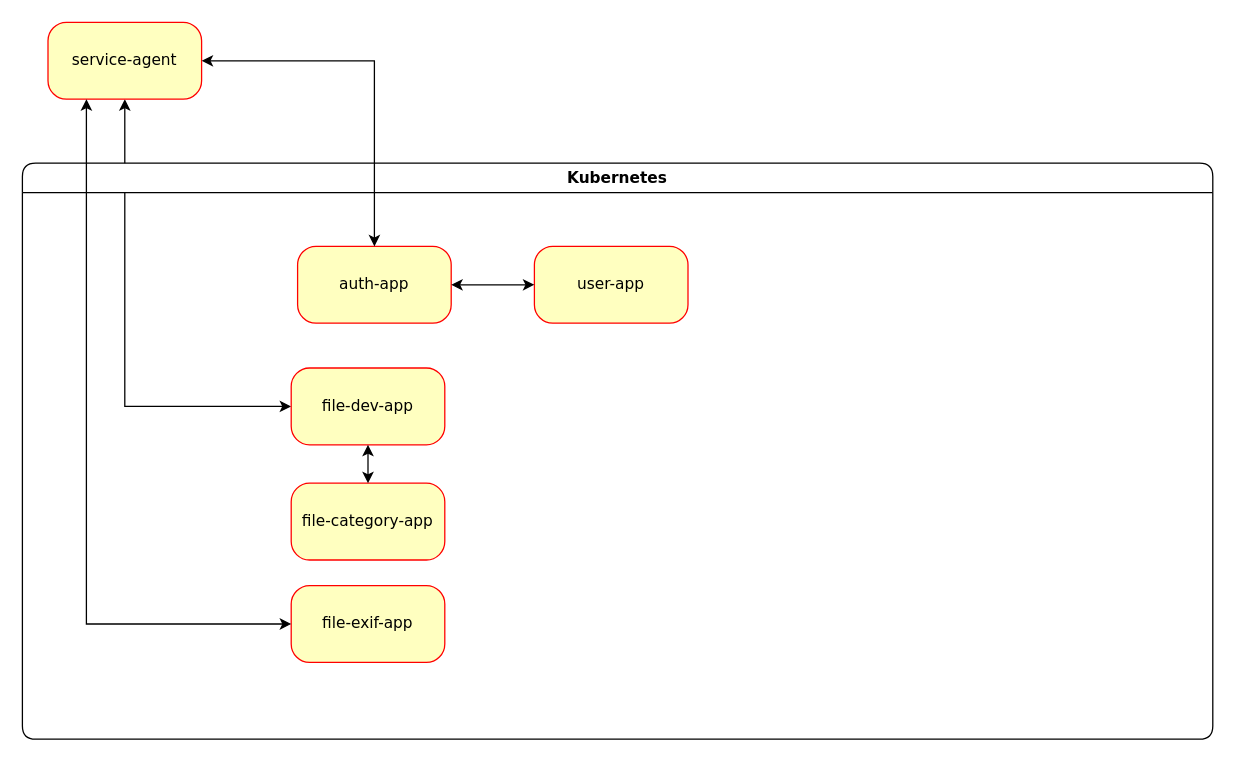
This is project/diagram/msa-project-to-be.drawio from MichaelNS/otus_micro_arch, a draw.io file, before an edit. Source tidied: cells renumbered, new cells numbered last; positions are measured from the earlier drawing's top-left corner, leaving out a move shared by most shapes. Both pictures are drawn from the tidied source at 128%, with x=0, y=0 at pixel (22, 22).
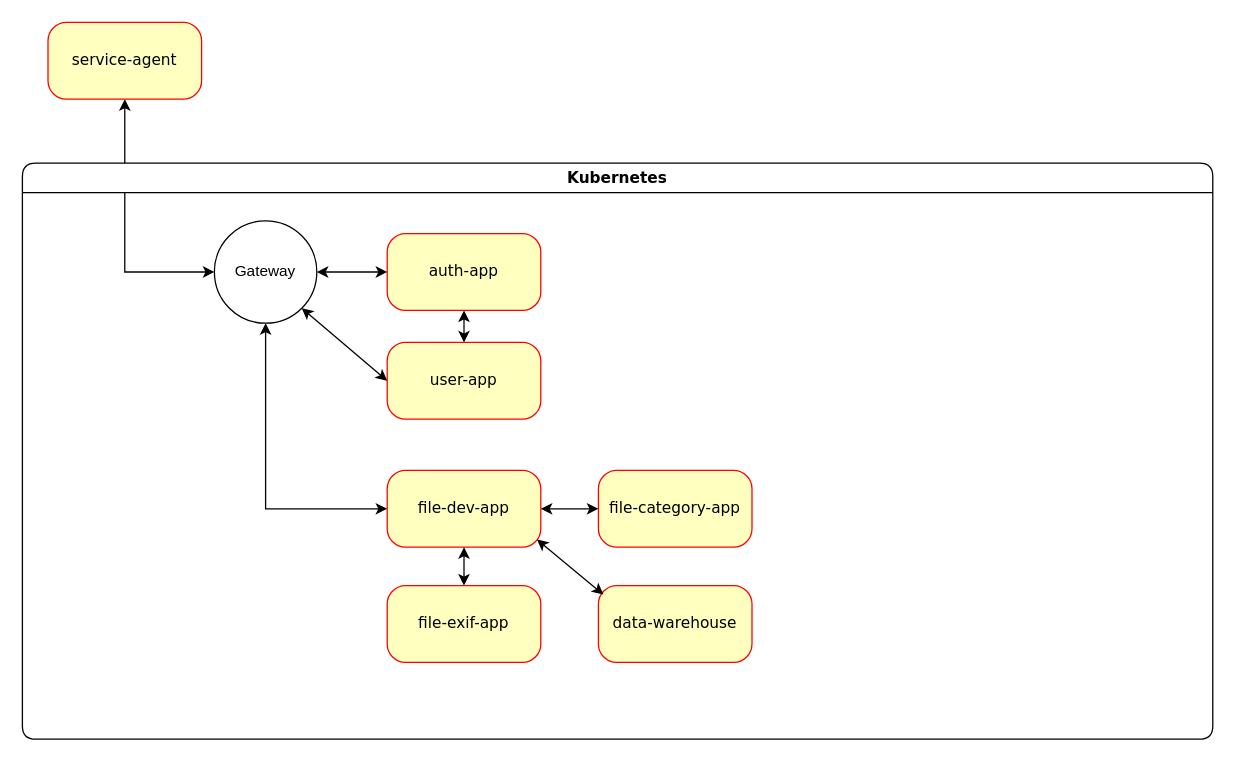
After the change.

Unchanged cells that the change refers to:
```xml
<mxCell id="3" value="service-agent" style="rounded=1;whiteSpace=wrap;html=1;arcSize=24;fillColor=#ffffc0;strokeColor=#ff0000;shadow=0;comic=0;labelBackgroundColor=none;fontFamily=Verdana;fontSize=12;fontColor=#000000;align=center;" parent="1" vertex="1">
  <mxGeometry x="20" width="120" height="60" as="geometry" />
</mxCell>
<mxCell id="4" value="&lt;div&gt;Kubernetes&lt;/div&gt;" style="swimlane;whiteSpace=wrap;html=1;rounded=1;shadow=0;comic=0;labelBackgroundColor=none;strokeWidth=1;fontFamily=Verdana;fontSize=12;align=center;" parent="1" vertex="1">
  <mxGeometry y="110" width="930" height="450" as="geometry" />
</mxCell>
```

Change to the diagram source:
```diff
@@
-    <mxCell id="2" style="edgeStyle=orthogonalEdgeStyle;rounded=0;jettySize=auto;html=1;exitX=0.5;exitY=1;exitDx=0;exitDy=0;entryX=0;entryY=0.5;entryDx=0;entryDy=0;startArrow=classic;startFill=1;" parent="1" edge="1" source="3" target="6">
+    <mxCell id="2" style="edgeStyle=orthogonalEdgeStyle;rounded=0;jettySize=auto;html=1;exitX=0.5;exitY=1;exitDx=0;exitDy=0;entryX=0;entryY=0.5;entryDx=0;entryDy=0;startArrow=classic;startFill=1;" parent="1" edge="1" source="3" target="14">
       <mxGeometry relative="1" as="geometry" />
     </mxCell>
@@
     <mxCell id="5" value="&lt;div&gt;auth-app&lt;/div&gt;" style="rounded=1;whiteSpace=wrap;html=1;arcSize=24;fillColor=#ffffc0;strokeColor=#ff0000;shadow=0;comic=0;labelBackgroundColor=none;fontFamily=Verdana;fontSize=12;fontColor=#000000;align=center;" parent="4" vertex="1">
-      <mxGeometry x="215" y="65" width="120" height="60" as="geometry" />
+      <mxGeometry x="285" y="55" width="120" height="60" as="geometry" />
     </mxCell>
-    <mxCell id="6" value="file-dev-app" style="rounded=1;whiteSpace=wrap;html=1;arcSize=24;fillColor=#ffffc0;strokeColor=#ff0000;shadow=0;comic=0;labelBackgroundColor=none;fontFamily=Verdana;fontSize=12;fontColor=#000000;align=center;" parent="4" vertex="1">
-      <mxGeometry x="210" y="160" width="120" height="60" as="geometry" />
+    <mxCell id="6" value="&lt;div&gt;file-dev-app&lt;/div&gt;" style="rounded=1;whiteSpace=wrap;html=1;arcSize=24;fillColor=#ffffc0;strokeColor=#ff0000;shadow=0;comic=0;labelBackgroundColor=none;fontFamily=Verdana;fontSize=12;fontColor=#000000;align=center;" parent="4" vertex="1">
+      <mxGeometry x="285" y="240" width="120" height="60" as="geometry" />
     </mxCell>
     <mxCell id="7" value="&lt;div&gt;user-app&lt;/div&gt;" style="rounded=1;whiteSpace=wrap;html=1;arcSize=24;fillColor=#ffffc0;strokeColor=#ff0000;shadow=0;comic=0;labelBackgroundColor=none;fontFamily=Verdana;fontSize=12;fontColor=#000000;align=center;" parent="4" vertex="1">
-      <mxGeometry x="400" y="65" width="120" height="60" as="geometry" />
+      <mxGeometry x="285" y="140" width="120" height="60" as="geometry" />
     </mxCell>
-    <mxCell id="8" style="endArrow=classic;startArrow=classic;html=1;rounded=0;exitX=1;exitY=0.5;exitDx=0;exitDy=0;entryX=0;entryY=0.5;entryDx=0;entryDy=0;" parent="4" edge="1" source="5" target="7">
+    <mxCell id="8" style="endArrow=classic;startArrow=classic;html=1;rounded=0;exitX=0.5;exitY=1;exitDx=0;exitDy=0;entryX=0.5;entryY=0;entryDx=0;entryDy=0;" parent="4" edge="1" source="5" target="7">
       <mxGeometry relative="1" as="geometry" />
     </mxCell>
+    <mxCell id="14" value="&lt;div&gt;Gateway&lt;/div&gt;" style="ellipse;whiteSpace=wrap;html=1;" parent="4" vertex="1">
+      <mxGeometry x="150" y="45" width="80" height="80" as="geometry" />
+    </mxCell>
+    <mxCell id="15" style="endArrow=classic;startArrow=classic;html=1;rounded=0;exitX=0.5;exitY=1;exitDx=0;exitDy=0;entryX=0;entryY=0.5;entryDx=0;entryDy=0;" parent="4" edge="1" source="14" target="6">
+      <mxGeometry relative="1" as="geometry">
+        <Array as="points">
+          <mxPoint x="190" y="270" />
+        </Array>
+      </mxGeometry>
+    </mxCell>
+    <mxCell id="16" style="endArrow=classic;startArrow=classic;html=1;rounded=0;entryX=0;entryY=0.5;entryDx=0;entryDy=0;" parent="4" edge="1" source="14" target="5">
+      <mxGeometry relative="1" as="geometry" />
+    </mxCell>
+    <mxCell id="12" style="endArrow=classic;startArrow=classic;html=1;rounded=0;exitX=0;exitY=0.5;exitDx=0;exitDy=0;entryX=1;entryY=1;entryDx=0;entryDy=0;" parent="4" edge="1" source="7" target="14">
+      <mxGeometry relative="1" as="geometry" />
+    </mxCell>
+    <mxCell id="10" value="file-exif-app" style="rounded=1;whiteSpace=wrap;html=1;arcSize=24;fillColor=#ffffc0;strokeColor=#ff0000;shadow=0;comic=0;labelBackgroundColor=none;fontFamily=Verdana;fontSize=12;fontColor=#000000;align=center;" parent="4" vertex="1">
+      <mxGeometry x="285" y="330" width="120" height="60" as="geometry" />
+    </mxCell>
+    <mxCell id="17" style="endArrow=classic;startArrow=classic;html=1;rounded=0;exitX=0.5;exitY=1;exitDx=0;exitDy=0;" parent="4" edge="1" source="6" target="10">
+      <mxGeometry relative="1" as="geometry" />
+    </mxCell>
     <mxCell id="9" value="file-category-app" style="rounded=1;whiteSpace=wrap;html=1;arcSize=24;fillColor=#ffffc0;strokeColor=#ff0000;shadow=0;comic=0;labelBackgroundColor=none;fontFamily=Verdana;fontSize=12;fontColor=#000000;align=center;" parent="4" vertex="1">
-      <mxGeometry x="210" y="250" width="120" height="60" as="geometry" />
+      <mxGeometry x="450" y="240" width="120" height="60" as="geometry" />
     </mxCell>
-    <mxCell id="10" value="file-exif-app" style="rounded=1;whiteSpace=wrap;html=1;arcSize=24;fillColor=#ffffc0;strokeColor=#ff0000;shadow=0;comic=0;labelBackgroundColor=none;fontFamily=Verdana;fontSize=12;fontColor=#000000;align=center;" parent="4" vertex="1">
-      <mxGeometry x="210" y="330" width="120" height="60" as="geometry" />
-    </mxCell>
-    <mxCell id="11" style="edgeStyle=orthogonalEdgeStyle;rounded=0;jettySize=auto;html=1;exitX=0.5;exitY=1;exitDx=0;exitDy=0;entryX=0.5;entryY=0;entryDx=0;entryDy=0;startArrow=classic;startFill=1;" parent="4" edge="1" source="6" target="9">
-      <mxGeometry relative="1" as="geometry" />
-    </mxCell>
-    <mxCell id="12" style="endArrow=classic;startArrow=classic;html=1;rounded=0;exitX=1;exitY=0.5;exitDx=0;exitDy=0;" parent="1" edge="1" source="3" target="5">
-      <mxGeometry relative="1" as="geometry">
-        <Array as="points">
-          <mxPoint x="275" y="30" />
-        </Array>
-      </mxGeometry>
-    </mxCell>
-    <mxCell id="13" style="endArrow=classic;startArrow=classic;html=1;rounded=0;entryX=0.25;entryY=1;entryDx=0;entryDy=0;exitX=0;exitY=0.5;exitDx=0;exitDy=0;" parent="1" edge="1" source="10" target="3">
-      <mxGeometry relative="1" as="geometry">
-        <Array as="points">
-          <mxPoint x="50" y="470" />
-        </Array>
-      </mxGeometry>
-    </mxCell>
+    <mxCell id="18" style="endArrow=classic;startArrow=classic;html=1;rounded=0;entryX=1;entryY=0.5;entryDx=0;entryDy=0;exitX=0;exitY=0.5;exitDx=0;exitDy=0;" parent="4" edge="1" source="9" target="6">
+      <mxGeometry relative="1" as="geometry" />
+    </mxCell>
+    <mxCell id="19" value="data-warehouse" style="rounded=1;whiteSpace=wrap;html=1;arcSize=24;fillColor=#ffffc0;strokeColor=#ff0000;shadow=0;comic=0;labelBackgroundColor=none;fontFamily=Verdana;fontSize=12;fontColor=#000000;align=center;" parent="4" vertex="1">
+      <mxGeometry x="450" y="330" width="120" height="60" as="geometry" />
+    </mxCell>
+    <mxCell id="20" style="endArrow=classic;startArrow=classic;html=1;rounded=0;exitX=0.975;exitY=0.9;exitDx=0;exitDy=0;exitPerimeter=0;entryX=0.033;entryY=0.117;entryDx=0;entryDy=0;entryPerimeter=0;" parent="4" edge="1" source="6" target="19">
+      <mxGeometry relative="1" as="geometry" />
+    </mxCell>
```
